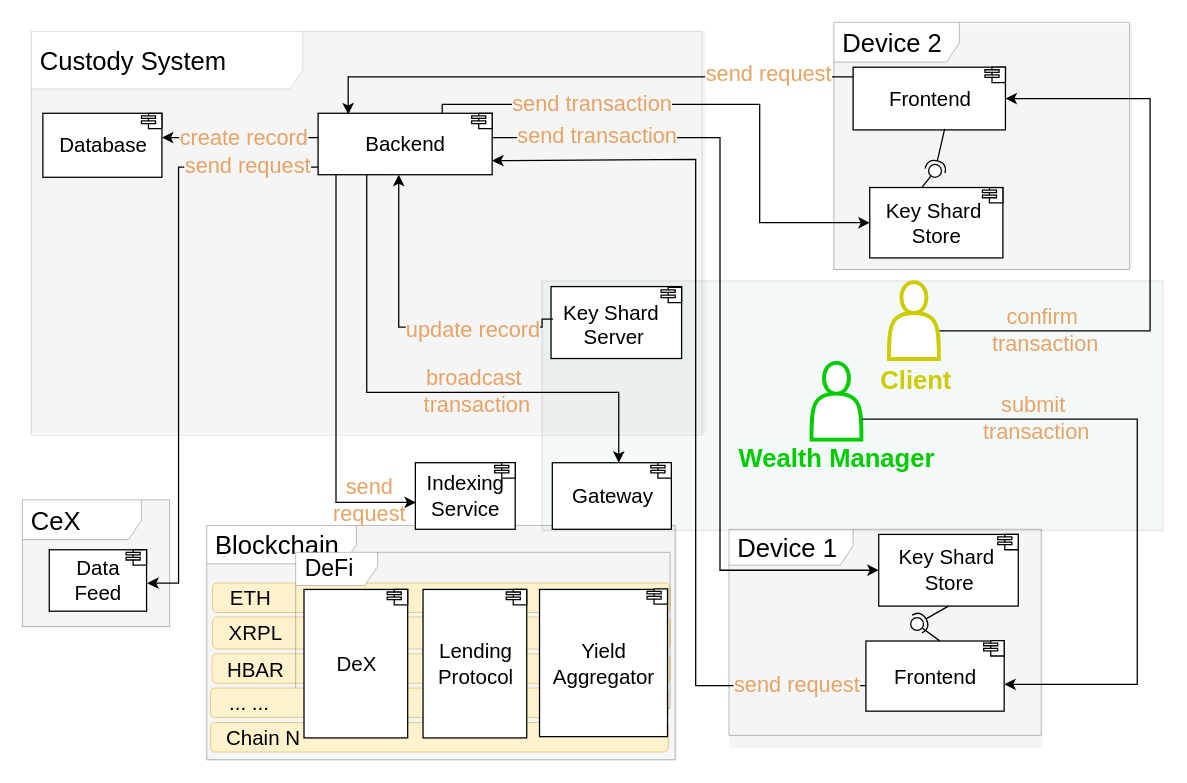
Above: page "architecture" (2 of 13) of drawio-diagrams/wallet_architecture.drawio in dlt-science/crypto-mpc-wallet-bloom (draw.io), before the change. Source tidied: cells renumbered, new cells numbered last; positions are measured from the earlier drawing's top-left corner, leaving out a move shared by most shapes. Both pictures are drawn from the tidied source at 128%, with x=0, y=0 at pixel (20, 22).
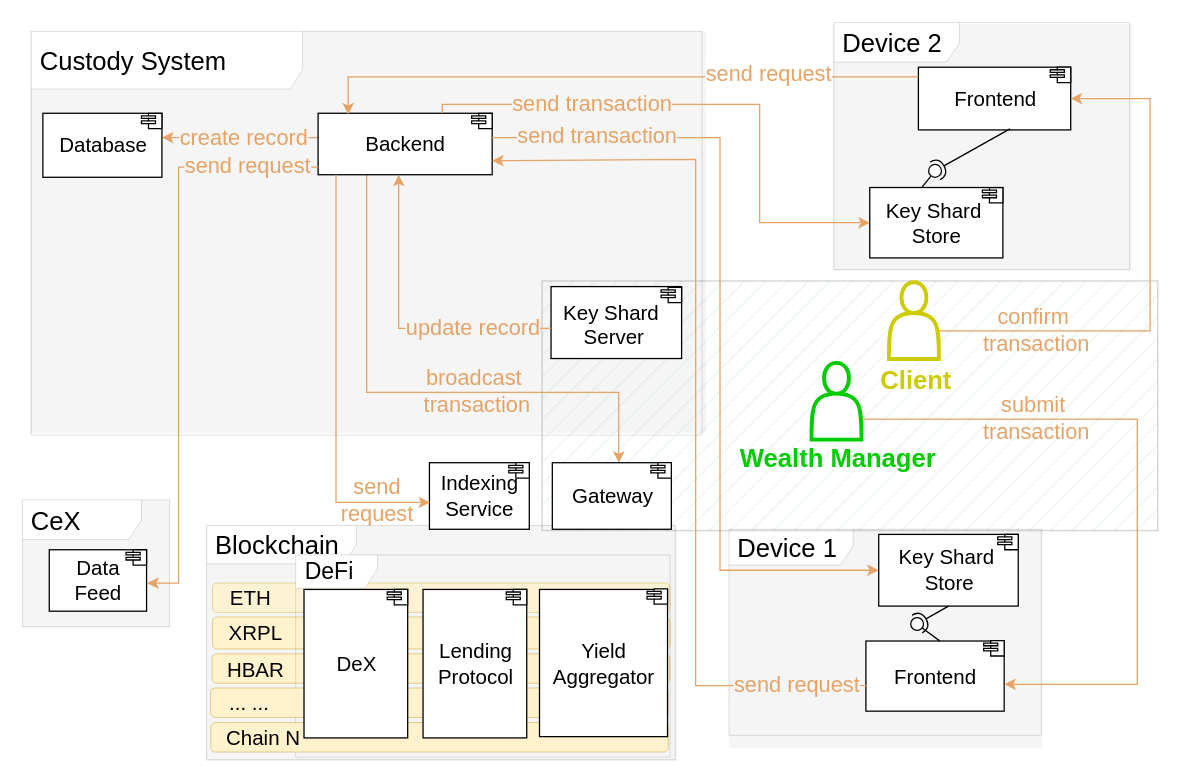
The same diagram, later.

The change refers to these unchanged cells:
```xml
<mxCell id="15" value="&lt;font style=&quot;font-size: 16px;&quot;&gt;Backend&lt;/font&gt;" style="html=1;align=center;verticalAlign=middle;dashed=0;" parent="1" vertex="1">
  <mxGeometry x="232" y="71" width="136" height="48" as="geometry" />
</mxCell>
<mxCell id="17" value="&lt;font style=&quot;font-size: 16px;&quot;&gt;&lt;br style=&quot;border-color: var(--border-color);&quot;&gt;&lt;span style=&quot;border-color: var(--border-color);&quot;&gt;&lt;font style=&quot;&quot;&gt;Key Shard&amp;nbsp;&lt;/font&gt;&lt;/span&gt;&lt;/font&gt;&lt;div&gt;&lt;span style=&quot;border-color: var(--border-color);&quot;&gt;&lt;font style=&quot;font-size: 16px;&quot;&gt;Server&lt;/font&gt;&lt;/span&gt;&lt;/div&gt;" style="text;html=1;align=center;verticalAlign=middle;points=[];strokeColor=none;fillColor=none;" parent="1" vertex="1">
  <mxGeometry x="414" y="192" width="97" height="70" as="geometry" />
</mxCell>
<mxCell id="21" value="&lt;font style=&quot;font-size: 16px;&quot;&gt;Gateway&lt;/font&gt;" style="html=1;align=center;verticalAlign=middle;dashed=0;" parent="1" vertex="1">
  <mxGeometry x="415" y="344" width="93" height="52" as="geometry" />
</mxCell>
<mxCell id="28" value="&lt;font style=&quot;font-size: 16px;&quot;&gt;Key Shard&amp;nbsp;&lt;/font&gt;&lt;div&gt;&lt;span style=&quot;background-color: initial;&quot;&gt;&lt;font style=&quot;font-size: 16px;&quot;&gt;Store&lt;/font&gt;&lt;/span&gt;&lt;/div&gt;" style="html=1;align=center;verticalAlign=middle;dashed=0;strokeColor=#000000;" parent="1" vertex="1">
  <mxGeometry x="663" y="129" width="104" height="55" as="geometry" />
</mxCell>
<mxCell id="29" value="&lt;font style=&quot;font-size: 16px;&quot;&gt;Key Shard&amp;nbsp;&lt;/font&gt;&lt;div&gt;&lt;span style=&quot;background-color: initial;&quot;&gt;&lt;font style=&quot;font-size: 16px;&quot;&gt;Store&lt;/font&gt;&lt;/span&gt;&lt;/div&gt;" style="html=1;align=center;verticalAlign=middle;dashed=0;" parent="1" vertex="1">
  <mxGeometry x="670" y="400" width="109" height="56" as="geometry" />
</mxCell>
<mxCell id="31" value="&lt;font style=&quot;font-size: 16px;&quot;&gt;Frontend&lt;/font&gt;" style="html=1;align=center;verticalAlign=middle;dashed=0;" parent="1" vertex="1">
  <mxGeometry x="660" y="483.3" width="108" height="54.8" as="geometry" />
</mxCell>
<mxCell id="34" style="shape=actor;whiteSpace=wrap;html=1;strokeWidth=3;strokeColor=#CCCC00;" parent="1" vertex="1">
  <mxGeometry x="678" y="203" width="39" height="60" as="geometry" />
</mxCell>
<mxCell id="49" value="&lt;font style=&quot;font-size: 16px;&quot;&gt;Data&lt;/font&gt;&lt;div&gt;&lt;font style=&quot;font-size: 16px;&quot;&gt;Feed&lt;/font&gt;&lt;/div&gt;" style="html=1;align=center;verticalAlign=middle;dashed=0;" parent="1" vertex="1">
  <mxGeometry x="22" y="412" width="76" height="48" as="geometry" />
</mxCell>
```

Change to the diagram source:
```diff
@@
-    <mxCell id="4" value="&lt;font style=&quot;font-size: 20px;&quot;&gt;Device 2&lt;/font&gt;" style="shape=umlFrame;whiteSpace=wrap;html=1;width=98;height=31;boundedLbl=1;verticalAlign=middle;align=left;spacingLeft=5;strokeWidth=0.2;strokeColor=#000000;" parent="1" vertex="1">
+    <mxCell id="4" value="&lt;font style=&quot;font-size: 20px;&quot;&gt;Device 2&lt;/font&gt;" style="shape=umlFrame;whiteSpace=wrap;html=1;width=98;height=31;boundedLbl=1;verticalAlign=middle;align=left;spacingLeft=5;strokeWidth=0;strokeColor=#000000;" parent="1" vertex="1">
       <mxGeometry x="635" width="231" height="193" as="geometry" />
     </mxCell>
@@
-    <mxCell id="6" value="&lt;div&gt;&lt;div&gt;&lt;font style=&quot;font-size: 20px;&quot;&gt;Device 1&lt;/font&gt;&lt;/div&gt;&lt;/div&gt;" style="shape=umlFrame;whiteSpace=wrap;html=1;width=97;height=28;boundedLbl=1;verticalAlign=middle;align=left;spacingLeft=5;strokeWidth=0.2;strokeColor=#000000;" parent="1" vertex="1">
+    <mxCell id="6" value="&lt;div&gt;&lt;div&gt;&lt;font style=&quot;font-size: 20px;&quot;&gt;Device 1&lt;/font&gt;&lt;/div&gt;&lt;/div&gt;" style="shape=umlFrame;whiteSpace=wrap;html=1;width=97;height=28;boundedLbl=1;verticalAlign=middle;align=left;spacingLeft=5;strokeWidth=0;strokeColor=#000000;" parent="1" vertex="1">
       <mxGeometry x="553" y="396" width="244" height="161" as="geometry" />
     </mxCell>
@@
-    <mxCell id="8" value="&lt;font style=&quot;font-size: 20px;&quot;&gt;Blockchain&lt;/font&gt;" style="shape=umlFrame;whiteSpace=wrap;html=1;width=117;height=30;boundedLbl=1;verticalAlign=middle;align=left;spacingLeft=5;strokeWidth=0.2;strokeColor=#000000;fillColor=#FFFFFF;" parent="1" vertex="1">
+    <mxCell id="8" value="&lt;font style=&quot;font-size: 20px;&quot;&gt;Blockchain&lt;/font&gt;" style="shape=umlFrame;whiteSpace=wrap;html=1;width=117;height=30;boundedLbl=1;verticalAlign=middle;align=left;spacingLeft=5;strokeWidth=0;strokeColor=#000000;fillColor=#FFFFFF;" parent="1" vertex="1">
       <mxGeometry x="145" y="393" width="366" height="183" as="geometry" />
     </mxCell>
@@
-    <mxCell id="11" style="rounded=0;whiteSpace=wrap;html=1;fillColor=#67AB9F;opacity=8;strokeColor=default;strokeWidth=1.2;" parent="1" vertex="1">
-      <mxGeometry x="407" y="202" width="485" height="195" as="geometry" />
+    <mxCell id="11" style="rounded=0;whiteSpace=wrap;html=1;fillColor=#67AB9F;opacity=15;strokeColor=default;strokeWidth=1.2;gradientColor=none;fillStyle=hatch;" parent="1" vertex="1">
+      <mxGeometry x="407" y="202" width="481" height="195" as="geometry" />
     </mxCell>
@@
-    <mxCell id="13" style="edgeStyle=orthogonalEdgeStyle;rounded=0;jettySize=auto;html=1;exitX=0.391;exitY=0.983;exitDx=0;exitDy=0;entryX=0.558;entryY=0;entryDx=0;entryDy=0;entryPerimeter=0;exitPerimeter=0;" parent="1" edge="1" source="15" target="21">
+    <mxCell id="13" style="edgeStyle=orthogonalEdgeStyle;rounded=0;jettySize=auto;html=1;exitX=0.391;exitY=0.983;exitDx=0;exitDy=0;entryX=0.558;entryY=0;entryDx=0;entryDy=0;entryPerimeter=0;exitPerimeter=0;strokeColor=#E6A365;" parent="1" edge="1" source="15" target="21">
       <mxGeometry relative="1" as="geometry">
         <Array as="points">
           <mxPoint x="270" y="118" />
           <mxPoint x="270" y="289" />
           <mxPoint x="467" y="289" />
           <mxPoint x="467" y="344" />
         </Array>
       </mxGeometry>
     </mxCell>
-    <mxCell id="14" style="edgeStyle=orthogonalEdgeStyle;rounded=0;orthogonalLoop=1;jettySize=auto;html=1;exitX=0;exitY=0.5;exitDx=0;exitDy=0;entryX=1;entryY=0.5;entryDx=0;entryDy=0;" parent="1" edge="1">
+    <mxCell id="14" style="edgeStyle=orthogonalEdgeStyle;rounded=0;orthogonalLoop=1;jettySize=auto;html=1;exitX=0;exitY=0.5;exitDx=0;exitDy=0;entryX=1;entryY=0.5;entryDx=0;entryDy=0;strokeColor=#E6A365;" parent="1" edge="1">
       <mxGeometry relative="1" as="geometry">
         <mxPoint x="232" y="89" as="sourcePoint" />
         <mxPoint x="110" y="90" as="targetPoint" />
         <Array as="points">
           <mxPoint x="232" y="90" />
           <mxPoint x="171" y="90" />
         </Array>
       </mxGeometry>
     </mxCell>
@@
     <mxCell id="19" value="&lt;font style=&quot;font-size: 16px;&quot;&gt;Indexing&lt;br&gt;Service&lt;/font&gt;" style="html=1;align=center;verticalAlign=middle;dashed=0;" parent="1" vertex="1">
-      <mxGeometry x="308" y="344" width="78" height="52" as="geometry" />
+      <mxGeometry x="319" y="344" width="78" height="52" as="geometry" />
     </mxCell>
-    <mxCell id="20" style="rounded=1;whiteSpace=wrap;html=1;strokeWidth=0.5;fillColor=#fff2cc;strokeColor=#d6b656;" parent="1" vertex="1">
+    <mxCell id="20" style="rounded=1;whiteSpace=wrap;html=1;strokeWidth=0.5;fillColor=#fff2cc;strokeColor=#d6b656;opacity=80;" parent="1" vertex="1">
       <mxGeometry x="149.5" y="438" width="357.5" height="23" as="geometry" />
     </mxCell>
@@
-    <mxCell id="23" value="&lt;font style=&quot;font-size: 18px;&quot;&gt;DeFi&lt;/font&gt;" style="shape=umlFrame;whiteSpace=wrap;html=1;width=64;height=26;boundedLbl=1;verticalAlign=middle;align=left;spacingLeft=5;strokeWidth=0.2;" parent="1" vertex="1">
-      <mxGeometry x="214.5" y="414" width="292.5" height="122" as="geometry" />
+    <mxCell id="23" value="&lt;font style=&quot;font-size: 18px;&quot;&gt;DeFi&lt;/font&gt;" style="shape=umlFrame;whiteSpace=wrap;html=1;width=64;height=26;boundedLbl=1;verticalAlign=middle;align=left;spacingLeft=5;strokeWidth=0;" parent="1" vertex="1">
+      <mxGeometry x="214.5" y="416" width="292.5" height="158" as="geometry" />
     </mxCell>
@@
-    <mxCell id="27" value="&lt;font color=&quot;#00cc00&quot; style=&quot;font-size: 20px;&quot;&gt;&lt;b style=&quot;&quot;&gt;Wealth&amp;nbsp;&lt;/b&gt;&lt;/font&gt;&lt;b style=&quot;font-size: 20px; color: rgb(0, 204, 0); background-color: initial;&quot;&gt;Manager&lt;/b&gt;" style="text;html=1;align=center;verticalAlign=middle;strokeColor=none;fillColor=none;labelBackgroundColor=none;" parent="1" vertex="1">
-      <mxGeometry x="551" y="322" width="171" height="36" as="geometry" />
+    <mxCell id="27" value="&lt;b&gt;&lt;font color=&quot;#00cc00&quot; style=&quot;font-size: 20px;&quot;&gt;Wealth&amp;nbsp;&lt;/font&gt;&lt;span style=&quot;font-size: 20px; color: rgb(0, 204, 0); background-color: initial;&quot;&gt;Manager&lt;/span&gt;&lt;/b&gt;" style="text;html=1;align=center;verticalAlign=middle;strokeColor=none;fillColor=none;labelBackgroundColor=none;" parent="1" vertex="1">
+      <mxGeometry x="552" y="322" width="171" height="36" as="geometry" />
     </mxCell>
@@
     <mxCell id="30" value="&lt;font style=&quot;font-size: 16px;&quot;&gt;Frontend&lt;/font&gt;" style="html=1;align=center;verticalAlign=middle;dashed=0;strokeColor=#000000;" parent="1" vertex="1">
-      <mxGeometry x="650" y="35" width="119" height="49" as="geometry" />
+      <mxGeometry x="701" y="35" width="119" height="49" as="geometry" />
     </mxCell>
@@
-    <mxCell id="32" style="edgeStyle=orthogonalEdgeStyle;rounded=0;jettySize=auto;html=1;entryX=1;entryY=0.5;entryDx=0;entryDy=0;" parent="1" edge="1" source="34" target="30">
+    <mxCell id="32" style="edgeStyle=orthogonalEdgeStyle;rounded=0;jettySize=auto;html=1;entryX=1;entryY=0.5;entryDx=0;entryDy=0;strokeColor=#E6A365;" parent="1" edge="1" source="34" target="30">
       <mxGeometry relative="1" as="geometry">
         <Array as="points">
           <mxPoint x="882" y="241" />
           <mxPoint x="882" y="59" />
         </Array>
       </mxGeometry>
     </mxCell>
@@
-    <mxCell id="36" style="edgeStyle=orthogonalEdgeStyle;rounded=0;jettySize=auto;html=1;entryX=1.001;entryY=0.617;entryDx=0;entryDy=0;entryPerimeter=0;" parent="1" edge="1" target="31">
+    <mxCell id="36" style="edgeStyle=orthogonalEdgeStyle;rounded=0;jettySize=auto;html=1;entryX=1.001;entryY=0.617;entryDx=0;entryDy=0;entryPerimeter=0;strokeColor=#E6A365;" parent="1" edge="1" target="31">
       <mxGeometry relative="1" as="geometry">
         <mxPoint x="657" y="310" as="sourcePoint" />
         <Array as="points">
           <mxPoint x="657" y="310" />
           <mxPoint x="872" y="310" />
           <mxPoint x="872" y="517" />
         </Array>
       </mxGeometry>
     </mxCell>
@@
-    <mxCell id="44" style="edgeStyle=orthogonalEdgeStyle;rounded=0;jettySize=auto;html=1;exitX=0;exitY=0.5;exitDx=0;exitDy=0;startArrow=classic;startFill=1;endArrow=none;endFill=0;" parent="1" edge="1" source="28">
+    <mxCell id="44" style="edgeStyle=orthogonalEdgeStyle;rounded=0;jettySize=auto;html=1;exitX=0;exitY=0.5;exitDx=0;exitDy=0;startArrow=classic;startFill=1;endArrow=none;endFill=0;strokeColor=#E6A365;" parent="1" edge="1" source="28">
       <mxGeometry relative="1" as="geometry">
         <mxPoint x="329" y="71" as="targetPoint" />
         <Array as="points">
           <mxPoint x="577" y="157" />
           <mxPoint x="577" y="64" />
           <mxPoint x="329" y="64" />
           <mxPoint x="329" y="71" />
         </Array>
       </mxGeometry>
     </mxCell>
@@
     <mxCell id="46" style="shape=module;jettyWidth=11;jettyHeight=2;" parent="1" vertex="1">
-      <mxGeometry x="370" y="344" width="16" height="12" as="geometry" />
+      <mxGeometry x="381" y="344" width="16" height="12" as="geometry" />
     </mxCell>
@@
-    <mxCell id="48" value="&lt;font style=&quot;font-size: 20px;&quot;&gt;CeX&lt;/font&gt;" style="shape=umlFrame;whiteSpace=wrap;html=1;width=93;height=31;boundedLbl=1;verticalAlign=middle;align=left;spacingLeft=5;strokeWidth=0.2;strokeColor=#000000;" parent="1" vertex="1">
+    <mxCell id="48" value="&lt;font style=&quot;font-size: 20px;&quot;&gt;CeX&lt;/font&gt;" style="shape=umlFrame;whiteSpace=wrap;html=1;width=93;height=31;boundedLbl=1;verticalAlign=middle;align=left;spacingLeft=5;strokeWidth=0;strokeColor=#000000;" parent="1" vertex="1">
       <mxGeometry x="1" y="373" width="115" height="99" as="geometry" />
     </mxCell>
@@
-    <mxCell id="50" style="edgeStyle=orthogonalEdgeStyle;rounded=0;jettySize=auto;html=1;exitX=0.016;exitY=0.57;exitDx=0;exitDy=0;exitPerimeter=0;" parent="1" edge="1" source="17">
+    <mxCell id="50" style="edgeStyle=orthogonalEdgeStyle;rounded=0;orthogonalLoop=1;jettySize=auto;html=1;strokeColor=#E6A365;" parent="1" edge="1">
       <mxGeometry relative="1" as="geometry">
+        <mxPoint x="414" y="239" as="sourcePoint" />
         <mxPoint x="295" y="119" as="targetPoint" />
         <Array as="points">
-          <mxPoint x="407" y="238" />
-          <mxPoint x="295" y="238" />
+          <mxPoint x="414" y="239" />
+          <mxPoint x="295" y="239" />
         </Array>
       </mxGeometry>
     </mxCell>
@@
     <mxCell id="56" style="shape=module;jettyWidth=11;jettyHeight=2;strokeColor=#000000;" parent="1" vertex="1">
-      <mxGeometry x="753" y="35" width="16" height="12" as="geometry" />
+      <mxGeometry x="804" y="35" width="16" height="12" as="geometry" />
     </mxCell>
@@
-    <mxCell id="60" style="edgeStyle=orthogonalEdgeStyle;rounded=0;jettySize=auto;html=1;entryX=0.173;entryY=0.019;entryDx=0;entryDy=0;entryPerimeter=0;exitX=0;exitY=0.156;exitDx=0;exitDy=0;exitPerimeter=0;" parent="1" edge="1" source="30" target="15">
+    <mxCell id="60" style="edgeStyle=orthogonalEdgeStyle;rounded=0;jettySize=auto;html=1;entryX=0.173;entryY=0.019;entryDx=0;entryDy=0;entryPerimeter=0;exitX=0;exitY=0.156;exitDx=0;exitDy=0;exitPerimeter=0;strokeColor=#E6A365;" parent="1" edge="1" source="30" target="15">
       <mxGeometry relative="1" as="geometry">
         <Array as="points">
           <mxPoint x="255" y="43" />
         </Array>
       </mxGeometry>
     </mxCell>
     <mxCell id="61" value="&lt;font color=&quot;#e6a365&quot;&gt;&lt;span style=&quot;font-size: 17px;&quot;&gt;send request&lt;/span&gt;&lt;/font&gt;" style="edgeLabel;html=1;align=center;verticalAlign=middle;labelBackgroundColor=default;" parent="60" vertex="1">
       <mxGeometry x="-0.02" y="1" relative="1" as="geometry">
-        <mxPoint x="142" y="-3" as="offset" />
+        <mxPoint x="116" y="-3" as="offset" />
       </mxGeometry>
     </mxCell>
@@
     <mxCell id="64" value="&lt;font color=&quot;#e6a365&quot;&gt;&lt;span style=&quot;font-size: 17px;&quot;&gt;send&lt;/span&gt;&lt;/font&gt;&lt;br&gt;&lt;div&gt;&lt;span style=&quot;font-size: 17px;&quot;&gt;&lt;font color=&quot;#e6a365&quot;&gt;request&lt;/font&gt;&lt;/span&gt;&lt;/div&gt;" style="edgeLabel;html=1;align=center;verticalAlign=middle;labelBackgroundColor=none;" parent="1" vertex="1">
-      <mxGeometry x="273" y="370" as="geometry">
+      <mxGeometry x="279" y="370" as="geometry">
         <mxPoint x="-2" y="3" as="offset" />
       </mxGeometry>
     </mxCell>
@@
-    <mxCell id="67" style="edgeStyle=orthogonalEdgeStyle;rounded=0;jettySize=auto;html=1;exitX=0.002;exitY=0.637;exitDx=0;exitDy=0;exitPerimeter=0;" parent="1" edge="1" source="31">
+    <mxCell id="67" style="edgeStyle=orthogonalEdgeStyle;rounded=0;jettySize=auto;html=1;exitX=0.002;exitY=0.637;exitDx=0;exitDy=0;exitPerimeter=0;strokeColor=#E6A365;" parent="1" edge="1" source="31">
       <mxGeometry relative="1" as="geometry">
         <mxPoint x="368" y="108" as="targetPoint" />
         <Array as="points">
           <mxPoint x="527" y="518" />
           <mxPoint x="527" y="107" />
           <mxPoint x="368" y="107" />
         </Array>
       </mxGeometry>
     </mxCell>
@@
-    <mxCell id="69" style="edgeStyle=orthogonalEdgeStyle;rounded=0;jettySize=auto;html=1;exitX=0;exitY=0.5;exitDx=0;exitDy=0;startArrow=classic;startFill=1;endArrow=none;endFill=0;" parent="1" edge="1" source="29">
+    <mxCell id="69" style="edgeStyle=orthogonalEdgeStyle;rounded=0;jettySize=auto;html=1;exitX=0;exitY=0.5;exitDx=0;exitDy=0;startArrow=classic;startFill=1;endArrow=none;endFill=0;strokeColor=#E6A365;" parent="1" edge="1" source="29">
       <mxGeometry relative="1" as="geometry">
         <mxPoint x="368" y="90" as="targetPoint" />
         <Array as="points">
           <mxPoint x="546" y="428" />
           <mxPoint x="546" y="90" />
         </Array>
       </mxGeometry>
     </mxCell>
@@
-    <mxCell id="71" style="edgeStyle=orthogonalEdgeStyle;rounded=0;jettySize=auto;html=1;entryX=0.006;entryY=0.597;entryDx=0;entryDy=0;entryPerimeter=0;" parent="1" edge="1" target="19">
+    <mxCell id="71" style="edgeStyle=orthogonalEdgeStyle;rounded=0;jettySize=auto;html=1;entryX=0.006;entryY=0.597;entryDx=0;entryDy=0;entryPerimeter=0;strokeColor=#E6A365;" parent="1" edge="1" target="19">
       <mxGeometry relative="1" as="geometry">
         <mxPoint x="246" y="120" as="sourcePoint" />
         <Array as="points">
           <mxPoint x="246" y="119" />
           <mxPoint x="246" y="375" />
         </Array>
       </mxGeometry>
     </mxCell>
-    <mxCell id="72" style="edgeStyle=orthogonalEdgeStyle;rounded=0;jettySize=auto;html=1;entryX=1.007;entryY=0.544;entryDx=0;entryDy=0;entryPerimeter=0;" parent="1" edge="1" target="49">
+    <mxCell id="72" style="edgeStyle=orthogonalEdgeStyle;rounded=0;jettySize=auto;html=1;entryX=1.007;entryY=0.544;entryDx=0;entryDy=0;entryPerimeter=0;strokeColor=#E6A365;" parent="1" edge="1" target="49">
       <mxGeometry relative="1" as="geometry">
         <mxPoint x="232" y="113" as="sourcePoint" />
         <Array as="points">
           <mxPoint x="123" y="113" />
           <mxPoint x="123" y="438" />
         </Array>
       </mxGeometry>
     </mxCell>
```
